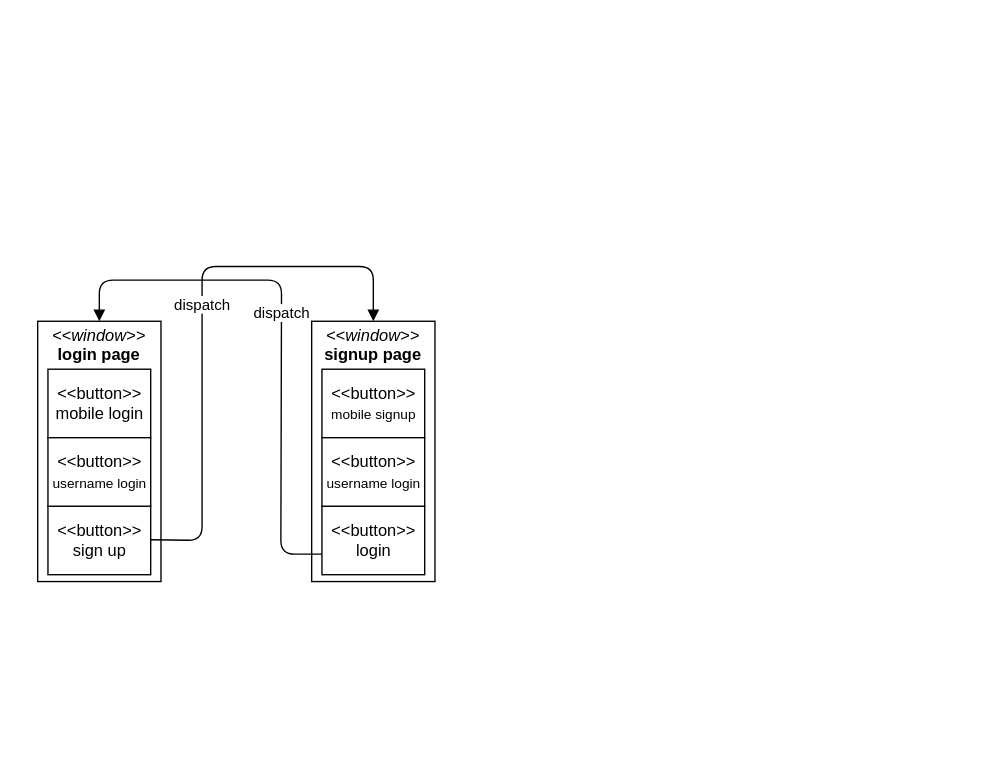
mmohajer9/sama-online-coaching-system keeps this draw.io diagram as Final Presentation/windowNavigationDrawer.drawio. Above is the earlier version. Source tidied: cells renumbered, new cells numbered last; positions are measured from the earlier drawing's top-left corner, leaving out a move shared by most shapes. Both pictures are drawn from the tidied source at 137%, with x=0, y=0 at pixel (37, 266).
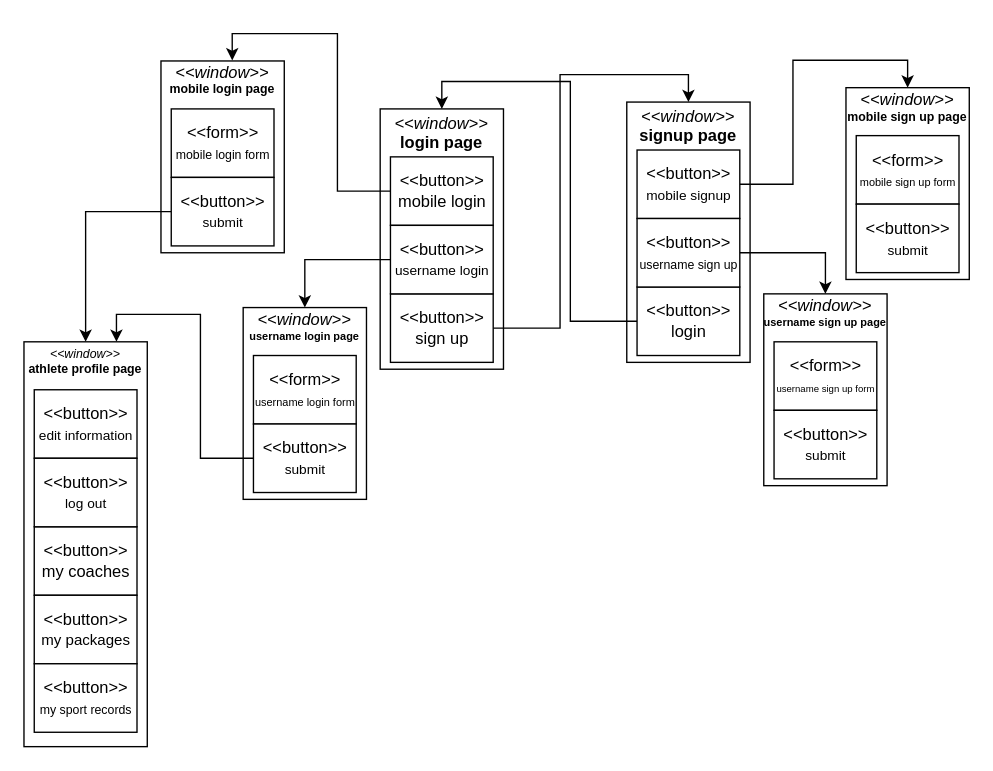
The same diagram, later.

Commit message:
signin and login completed_profile added

Change to the diagram source:
```diff
@@
     <mxCell id="2" value="&lt;p style=&quot;margin: 0px ; margin-top: 4px ; text-align: center&quot;&gt;&lt;i&gt;&amp;lt;&amp;lt;window&amp;gt;&amp;gt;&lt;/i&gt;&lt;br&gt;&lt;b&gt;login page&lt;/b&gt;&lt;/p&gt;&lt;p style=&quot;margin: 0px ; margin-left: 4px&quot;&gt;&lt;br&gt;&lt;/p&gt;" style="verticalAlign=top;align=left;overflow=fill;fontSize=12;fontFamily=Helvetica;html=1;" parent="1" vertex="1">
-      <mxGeometry y="40" width="90" height="190" as="geometry" />
+      <mxGeometry x="250" y="-115" width="90" height="190" as="geometry" />
     </mxCell>
+    <mxCell id="12" style="edgeStyle=orthogonalEdgeStyle;rounded=0;jettySize=auto;html=1;exitX=1;exitY=0.5;exitDx=0;exitDy=0;entryX=0.5;entryY=0;entryDx=0;entryDy=0;" parent="1" edge="1" source="3" target="6">
+      <mxGeometry relative="1" as="geometry" />
+    </mxCell>
     <mxCell id="3" value="&amp;lt;&amp;lt;button&amp;gt;&amp;gt;&lt;br&gt;sign up" style="html=1;" parent="1" vertex="1">
-      <mxGeometry x="7.5" y="175" width="75" height="50" as="geometry" />
+      <mxGeometry x="257.5" y="20" width="75" height="50" as="geometry" />
     </mxCell>
+    <mxCell id="13" style="edgeStyle=orthogonalEdgeStyle;rounded=0;jettySize=auto;html=1;exitX=0;exitY=0.5;exitDx=0;exitDy=0;entryX=0.578;entryY=-0.003;entryDx=0;entryDy=0;entryPerimeter=0;" parent="1" edge="1" source="4" target="32">
+      <mxGeometry relative="1" as="geometry" />
+    </mxCell>
     <mxCell id="4" value="&amp;lt;&amp;lt;button&amp;gt;&amp;gt;&lt;br&gt;mobile login" style="html=1;" parent="1" vertex="1">
-      <mxGeometry x="7.5" y="75" width="75" height="50" as="geometry" />
+      <mxGeometry x="257.5" y="-80" width="75" height="50" as="geometry" />
     </mxCell>
+    <mxCell id="14" style="edgeStyle=orthogonalEdgeStyle;rounded=0;jettySize=auto;html=1;entryX=0.5;entryY=0;entryDx=0;entryDy=0;" parent="1" edge="1" source="5" target="38">
+      <mxGeometry relative="1" as="geometry" />
+    </mxCell>
     <mxCell id="5" value="&amp;lt;&amp;lt;button&amp;gt;&amp;gt;&lt;br&gt;&lt;font style=&quot;font-size: 10px&quot;&gt;username login&lt;/font&gt;" style="html=1;" parent="1" vertex="1">
-      <mxGeometry x="7.5" y="125" width="75" height="50" as="geometry" />
+      <mxGeometry x="257.5" y="-30" width="75" height="50" as="geometry" />
     </mxCell>
     <mxCell id="6" value="&lt;p style=&quot;margin: 0px ; margin-top: 4px ; text-align: center&quot;&gt;&lt;i&gt;&amp;lt;&amp;lt;window&amp;gt;&amp;gt;&lt;/i&gt;&lt;br&gt;&lt;b&gt;signup page&lt;/b&gt;&lt;/p&gt;&lt;p style=&quot;margin: 0px ; margin-left: 4px&quot;&gt;&lt;br&gt;&lt;/p&gt;" style="verticalAlign=top;align=left;overflow=fill;fontSize=12;fontFamily=Helvetica;html=1;" parent="1" vertex="1">
-      <mxGeometry x="200" y="40" width="90" height="190" as="geometry" />
+      <mxGeometry x="430" y="-120" width="90" height="190" as="geometry" />
     </mxCell>
+    <mxCell id="15" style="edgeStyle=orthogonalEdgeStyle;rounded=0;jettySize=auto;html=1;exitX=0;exitY=0.5;exitDx=0;exitDy=0;entryX=0.5;entryY=0;entryDx=0;entryDy=0;" parent="1" edge="1" source="7" target="2">
+      <mxGeometry relative="1" as="geometry" />
+    </mxCell>
     <mxCell id="7" value="&amp;lt;&amp;lt;button&amp;gt;&amp;gt;&lt;br&gt;login" style="html=1;" parent="1" vertex="1">
-      <mxGeometry x="207.5" y="175" width="75" height="50" as="geometry" />
+      <mxGeometry x="437.5" y="15" width="75" height="50" as="geometry" />
     </mxCell>
+    <mxCell id="16" style="edgeStyle=orthogonalEdgeStyle;rounded=0;jettySize=auto;html=1;exitX=1;exitY=0.5;exitDx=0;exitDy=0;entryX=0.5;entryY=0;entryDx=0;entryDy=0;" parent="1" edge="1" source="8" target="18">
+      <mxGeometry relative="1" as="geometry" />
+    </mxCell>
     <mxCell id="8" value="&amp;lt;&amp;lt;button&amp;gt;&amp;gt;&lt;br&gt;&lt;font style=&quot;font-size: 10px&quot;&gt;mobile signup&lt;/font&gt;" style="html=1;" parent="1" vertex="1">
-      <mxGeometry x="207.5" y="75" width="75" height="50" as="geometry" />
+      <mxGeometry x="437.5" y="-85" width="75" height="50" as="geometry" />
     </mxCell>
+    <mxCell id="17" style="edgeStyle=orthogonalEdgeStyle;rounded=0;jettySize=auto;html=1;exitX=1;exitY=0.5;exitDx=0;exitDy=0;entryX=0.5;entryY=0;entryDx=0;entryDy=0;" parent="1" edge="1" source="9" target="23">
+      <mxGeometry relative="1" as="geometry" />
+    </mxCell>
-    <mxCell id="9" value="&amp;lt;&amp;lt;button&amp;gt;&amp;gt;&lt;br&gt;&lt;font style=&quot;font-size: 10px&quot;&gt;username login&lt;/font&gt;" style="html=1;" parent="1" vertex="1">
-      <mxGeometry x="207.5" y="125" width="75" height="50" as="geometry" />
+    <mxCell id="9" value="&amp;lt;&amp;lt;button&amp;gt;&amp;gt;&lt;br&gt;&lt;font style=&quot;font-size: 9px&quot;&gt;username sign up&lt;/font&gt;" style="html=1;" parent="1" vertex="1">
+      <mxGeometry x="437.5" y="-35" width="75" height="50" as="geometry" />
     </mxCell>
-    <mxCell id="10" value="dispatch" style="html=1;verticalAlign=bottom;endArrow=block;entryX=0.5;entryY=0;entryDx=0;entryDy=0;" parent="1" edge="1" target="6">
-      <mxGeometry relative="1" as="geometry">
-        <mxPoint x="82.5" y="199.5" as="sourcePoint" />
-        <Array as="points">
-          <mxPoint x="120" y="200" />
-          <mxPoint x="120" />
-          <mxPoint x="245" />
-        </Array>
-      </mxGeometry>
-    </mxCell>
-    <mxCell id="11" value="dispatch" style="html=1;verticalAlign=bottom;endArrow=block;entryX=0.5;entryY=0;entryDx=0;entryDy=0;" parent="1" edge="1" target="2">
-      <mxGeometry relative="1" as="geometry">
-        <mxPoint x="207.5" y="210" as="sourcePoint" />
-        <Array as="points">
-          <mxPoint x="177.5" y="210" />
-          <mxPoint x="178" y="10" />
-          <mxPoint x="45" y="10" />
-        </Array>
-      </mxGeometry>
-    </mxCell>
+    <mxCell id="18" value="&lt;p style=&quot;margin: 4px 0px 0px ; text-align: center ; line-height: 90%&quot;&gt;&lt;i&gt;&amp;lt;&amp;lt;window&amp;gt;&amp;gt;&lt;/i&gt;&lt;br&gt;&lt;b&gt;&lt;font style=&quot;font-size: 9px&quot;&gt;mobile sign up page&lt;/font&gt;&lt;/b&gt;&lt;/p&gt;&lt;p style=&quot;margin: 0px ; margin-left: 4px&quot;&gt;&lt;br&gt;&lt;/p&gt;" style="verticalAlign=top;align=left;overflow=fill;fontSize=12;fontFamily=Helvetica;html=1;" parent="1" vertex="1">
+      <mxGeometry x="590" y="-130.5" width="90" height="140" as="geometry" />
+    </mxCell>
+    <mxCell id="19" value="&lt;font style=&quot;font-size: 12px&quot;&gt;&amp;lt;&amp;lt;form&amp;gt;&amp;gt;&lt;/font&gt;&lt;br&gt;&lt;font style=&quot;font-size: 8px&quot;&gt;mobile sign up form&lt;/font&gt;" style="html=1;" parent="1" vertex="1">
+      <mxGeometry x="597.5" y="-95.5" width="75" height="50" as="geometry" />
+    </mxCell>
+    <mxCell id="20" value="&amp;lt;&amp;lt;button&amp;gt;&amp;gt;&lt;br&gt;&lt;font style=&quot;font-size: 10px&quot;&gt;submit&lt;/font&gt;" style="html=1;" parent="1" vertex="1">
+      <mxGeometry x="597.5" y="-45.5" width="75" height="50" as="geometry" />
+    </mxCell>
+    <mxCell id="21" style="edgeStyle=orthogonalEdgeStyle;rounded=0;orthogonalLoop=1;jettySize=auto;html=1;exitX=0.5;exitY=1;exitDx=0;exitDy=0;" parent="1" edge="1" source="18" target="18">
+      <mxGeometry relative="1" as="geometry" />
+    </mxCell>
+    <mxCell id="22" style="edgeStyle=orthogonalEdgeStyle;rounded=0;orthogonalLoop=1;jettySize=auto;html=1;exitX=0.5;exitY=1;exitDx=0;exitDy=0;" parent="1" edge="1" source="23" target="23">
+      <mxGeometry relative="1" as="geometry" />
+    </mxCell>
+    <mxCell id="23" value="&lt;p style=&quot;margin: 4px 0px 0px ; text-align: center ; line-height: 90%&quot;&gt;&lt;i&gt;&amp;lt;&amp;lt;window&amp;gt;&amp;gt;&lt;/i&gt;&lt;br&gt;&lt;b&gt;&lt;font style=&quot;font-size: 8px&quot;&gt;username sign up page&lt;/font&gt;&lt;/b&gt;&lt;/p&gt;&lt;p style=&quot;margin: 0px ; margin-left: 4px&quot;&gt;&lt;br&gt;&lt;/p&gt;" style="verticalAlign=top;align=left;overflow=fill;fontSize=12;fontFamily=Helvetica;html=1;" parent="1" vertex="1">
+      <mxGeometry x="530" y="20" width="90" height="140" as="geometry" />
+    </mxCell>
+    <mxCell id="24" value="&lt;font style=&quot;font-size: 12px&quot;&gt;&amp;lt;&amp;lt;form&amp;gt;&amp;gt;&lt;/font&gt;&lt;br&gt;&lt;font style=&quot;font-size: 7px&quot;&gt;username sign up form&lt;/font&gt;" style="html=1;" parent="1" vertex="1">
+      <mxGeometry x="537.5" y="55" width="75" height="50" as="geometry" />
+    </mxCell>
+    <mxCell id="25" value="&amp;lt;&amp;lt;button&amp;gt;&amp;gt;&lt;br&gt;&lt;font style=&quot;font-size: 10px&quot;&gt;submit&lt;/font&gt;" style="html=1;" parent="1" vertex="1">
+      <mxGeometry x="537.5" y="105" width="75" height="50" as="geometry" />
+    </mxCell>
+    <mxCell id="26" value="&lt;p style=&quot;margin: 4px 0px 0px ; text-align: center ; font-size: 9px&quot;&gt;&lt;i&gt;&amp;lt;&amp;lt;window&amp;gt;&amp;gt;&lt;/i&gt;&lt;br&gt;&lt;b&gt;&lt;font style=&quot;font-size: 9px&quot;&gt;athlete profile page&lt;/font&gt;&lt;/b&gt;&lt;/p&gt;&lt;p style=&quot;margin: 0px 0px 0px 4px ; font-size: 9px&quot;&gt;&lt;br&gt;&lt;/p&gt;" style="verticalAlign=top;align=left;overflow=fill;fontSize=12;fontFamily=Helvetica;html=1;" parent="1" vertex="1">
+      <mxGeometry x="-10" y="55" width="90" height="295.5" as="geometry" />
+    </mxCell>
+    <mxCell id="27" value="&amp;lt;&amp;lt;button&amp;gt;&amp;gt;&lt;br&gt;my coaches" style="html=1;" parent="1" vertex="1">
+      <mxGeometry x="-2.5" y="190" width="75" height="50" as="geometry" />
+    </mxCell>
+    <mxCell id="28" value="&amp;lt;&amp;lt;button&amp;gt;&amp;gt;&lt;br&gt;&lt;font style=&quot;font-size: 10px&quot;&gt;edit information&lt;/font&gt;" style="html=1;" parent="1" vertex="1">
+      <mxGeometry x="-2.5" y="90" width="75" height="50" as="geometry" />
+    </mxCell>
+    <mxCell id="29" value="&amp;lt;&amp;lt;button&amp;gt;&amp;gt;&lt;br&gt;&lt;font style=&quot;font-size: 10px&quot;&gt;log out&lt;/font&gt;" style="html=1;" parent="1" vertex="1">
+      <mxGeometry x="-2.5" y="140" width="75" height="50" as="geometry" />
+    </mxCell>
+    <mxCell id="30" value="&amp;lt;&amp;lt;button&amp;gt;&amp;gt;&lt;br&gt;&lt;font style=&quot;font-size: 11px&quot;&gt;my packages&lt;/font&gt;" style="html=1;" parent="1" vertex="1">
+      <mxGeometry x="-2.5" y="240" width="75" height="50" as="geometry" />
+    </mxCell>
+    <mxCell id="31" value="&amp;lt;&amp;lt;button&amp;gt;&amp;gt;&lt;br&gt;&lt;font style=&quot;font-size: 9px&quot;&gt;my sport records&lt;/font&gt;" style="html=1;" parent="1" vertex="1">
+      <mxGeometry x="-2.5" y="290" width="75" height="50" as="geometry" />
+    </mxCell>
+    <mxCell id="32" value="&lt;p style=&quot;margin: 4px 0px 0px ; text-align: center ; line-height: 90%&quot;&gt;&lt;i&gt;&amp;lt;&amp;lt;window&amp;gt;&amp;gt;&lt;/i&gt;&lt;br&gt;&lt;b&gt;&lt;font style=&quot;font-size: 9px&quot;&gt;mobile login page&lt;/font&gt;&lt;/b&gt;&lt;/p&gt;&lt;p style=&quot;margin: 0px ; margin-left: 4px&quot;&gt;&lt;br&gt;&lt;/p&gt;" style="verticalAlign=top;align=left;overflow=fill;fontSize=12;fontFamily=Helvetica;html=1;" parent="1" vertex="1">
+      <mxGeometry x="90" y="-150" width="90" height="140" as="geometry" />
+    </mxCell>
+    <mxCell id="33" value="&lt;font style=&quot;font-size: 12px&quot;&gt;&amp;lt;&amp;lt;form&amp;gt;&amp;gt;&lt;/font&gt;&lt;br&gt;&lt;font style=&quot;font-size: 9px&quot;&gt;mobile login form&lt;/font&gt;" style="html=1;" parent="1" vertex="1">
+      <mxGeometry x="97.5" y="-115" width="75" height="50" as="geometry" />
+    </mxCell>
+    <mxCell id="34" style="edgeStyle=orthogonalEdgeStyle;rounded=0;jettySize=auto;html=1;exitX=0;exitY=0.5;exitDx=0;exitDy=0;entryX=0.5;entryY=0;entryDx=0;entryDy=0;" parent="1" edge="1" source="35" target="26">
+      <mxGeometry relative="1" as="geometry" />
+    </mxCell>
+    <mxCell id="35" value="&amp;lt;&amp;lt;button&amp;gt;&amp;gt;&lt;br&gt;&lt;font style=&quot;font-size: 10px&quot;&gt;submit&lt;/font&gt;" style="html=1;" parent="1" vertex="1">
+      <mxGeometry x="97.5" y="-65" width="75" height="50" as="geometry" />
+    </mxCell>
+    <mxCell id="36" style="edgeStyle=orthogonalEdgeStyle;rounded=0;orthogonalLoop=1;jettySize=auto;html=1;exitX=0.5;exitY=1;exitDx=0;exitDy=0;" parent="1" edge="1" source="32" target="32">
+      <mxGeometry relative="1" as="geometry" />
+    </mxCell>
+    <mxCell id="37" style="edgeStyle=orthogonalEdgeStyle;rounded=0;orthogonalLoop=1;jettySize=auto;html=1;exitX=0.5;exitY=1;exitDx=0;exitDy=0;" parent="1" edge="1" source="38" target="38">
+      <mxGeometry relative="1" as="geometry" />
+    </mxCell>
+    <mxCell id="38" value="&lt;p style=&quot;margin: 4px 0px 0px ; text-align: center ; line-height: 90%&quot;&gt;&lt;i&gt;&amp;lt;&amp;lt;window&amp;gt;&amp;gt;&lt;/i&gt;&lt;br&gt;&lt;b&gt;&lt;font style=&quot;font-size: 8px&quot;&gt;username login page&lt;/font&gt;&lt;/b&gt;&lt;/p&gt;&lt;p style=&quot;margin: 0px ; margin-left: 4px&quot;&gt;&lt;br&gt;&lt;/p&gt;" style="verticalAlign=top;align=left;overflow=fill;fontSize=12;fontFamily=Helvetica;html=1;" parent="1" vertex="1">
+      <mxGeometry x="150" y="30" width="90" height="140" as="geometry" />
+    </mxCell>
+    <mxCell id="39" value="&lt;font style=&quot;font-size: 12px&quot;&gt;&amp;lt;&amp;lt;form&amp;gt;&amp;gt;&lt;/font&gt;&lt;br&gt;&lt;font style=&quot;font-size: 8px&quot;&gt;username login form&lt;/font&gt;" style="html=1;" parent="1" vertex="1">
+      <mxGeometry x="157.5" y="65" width="75" height="50" as="geometry" />
+    </mxCell>
+    <mxCell id="40" style="edgeStyle=orthogonalEdgeStyle;rounded=0;jettySize=auto;html=1;exitX=0;exitY=0.5;exitDx=0;exitDy=0;entryX=0.75;entryY=0;entryDx=0;entryDy=0;" parent="1" edge="1" source="41" target="26">
+      <mxGeometry relative="1" as="geometry" />
+    </mxCell>
+    <mxCell id="41" value="&amp;lt;&amp;lt;button&amp;gt;&amp;gt;&lt;br&gt;&lt;font style=&quot;font-size: 10px&quot;&gt;submit&lt;/font&gt;" style="html=1;" parent="1" vertex="1">
+      <mxGeometry x="157.5" y="115" width="75" height="50" as="geometry" />
+    </mxCell>
```
